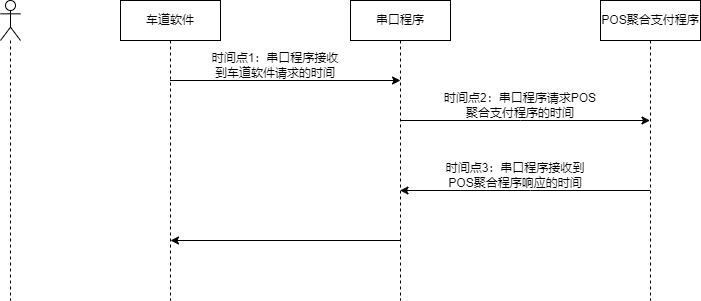
songyibo2019/mydiagrams keeps this draw.io diagram as 无感支付1.png. Above is the earlier version. Source tidied: cells renumbered, new cells last; positions are measured from the earlier drawing's top-left corner, leaving out a move shared by most shapes.
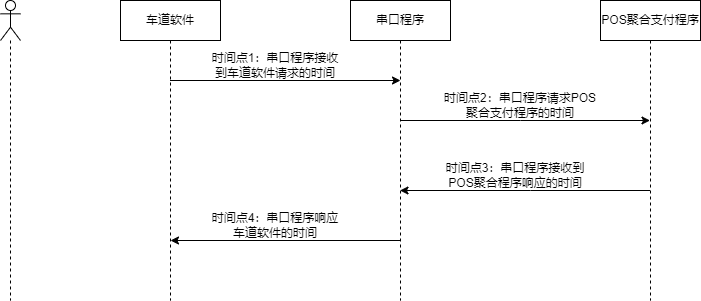
After the change.

Change to the diagram source:
```diff
@@ -51,5 +51,8 @@
         </Array>
       </mxGeometry>
     </mxCell>
+    <mxCell id="13" value="时间点4：串口程序响应车道软件的时间" style="text;html=1;strokeColor=none;fillColor=none;align=center;verticalAlign=middle;whiteSpace=wrap;rounded=0;" parent="1" vertex="1">
+      <mxGeometry x="210" y="210" width="130" height="30" as="geometry" />
+    </mxCell>
   </root>
 </mxGraphModel>
```
